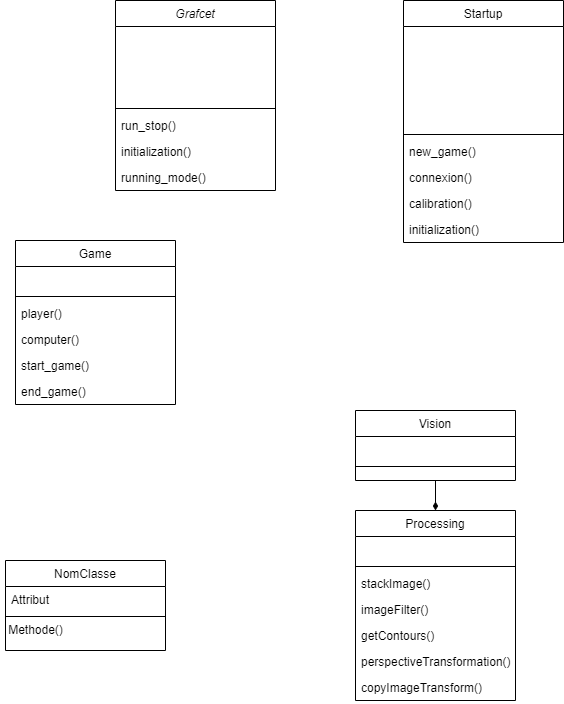
Earlier version of the draw.io export class_diag_dobot.drawio.png (joriszuretti/python). Source tidied: cells renumbered, new cells last; positions are measured from the earlier drawing's top-left corner, leaving out a move shared by most shapes.
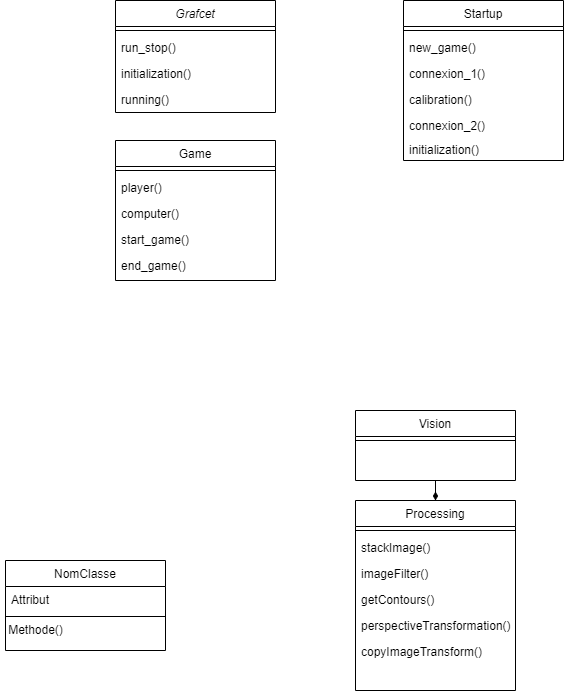
Later version of the same file.

The edit, as a diff of the source:
```diff
@@ -3,49 +3,37 @@
     <mxCell id="0" />
     <mxCell id="1" parent="0" />
     <mxCell id="2" value="Grafcet" style="swimlane;fontStyle=2;align=center;verticalAlign=top;horizontal=1;startSize=26;rounded=0;shadow=0;strokeWidth=1;" parent="1" vertex="1">
-      <mxGeometry x="115" width="160" height="190" as="geometry" />
+      <mxGeometry x="115" width="160" height="112" as="geometry" />
     </mxCell>
-    <mxCell id="3" value=" " style="text;align=left;verticalAlign=top;spacingLeft=4;spacingRight=4;overflow=hidden;" parent="2" vertex="1">
-      <mxGeometry y="26" width="160" height="26" as="geometry" />
-    </mxCell>
-    <mxCell id="4" value=" " style="text;align=left;verticalAlign=top;spacingLeft=4;spacingRight=4;overflow=hidden;rounded=0;shadow=0;html=0;" parent="2" vertex="1">
-      <mxGeometry y="52" width="160" height="26" as="geometry" />
-    </mxCell>
-    <mxCell id="5" value=" " style="text;align=left;verticalAlign=top;spacingLeft=4;spacingRight=4;overflow=hidden;rounded=0;shadow=0;html=0;" parent="2" vertex="1">
-      <mxGeometry y="78" width="160" height="26" as="geometry" />
-    </mxCell>
     <mxCell id="6" style="line;html=1;strokeWidth=1;align=left;verticalAlign=middle;spacingTop=-1;spacingLeft=3;spacingRight=3;labelPosition=right;" parent="2" vertex="1">
-      <mxGeometry y="104" width="160" height="8" as="geometry" />
+      <mxGeometry y="26" width="160" height="8" as="geometry" />
     </mxCell>
     <mxCell id="7" value="run_stop()" style="text;align=left;verticalAlign=top;spacingLeft=4;spacingRight=4;overflow=hidden;" parent="2" vertex="1">
-      <mxGeometry y="112" width="160" height="26" as="geometry" />
+      <mxGeometry y="34" width="160" height="26" as="geometry" />
     </mxCell>
     <mxCell id="8" value="initialization()" style="text;align=left;verticalAlign=top;spacingLeft=4;spacingRight=4;overflow=hidden;" parent="2" vertex="1">
-      <mxGeometry y="138" width="160" height="26" as="geometry" />
+      <mxGeometry y="60" width="160" height="26" as="geometry" />
     </mxCell>
-    <mxCell id="9" value="running_mode()" style="text;align=left;verticalAlign=top;spacingLeft=4;spacingRight=4;overflow=hidden;" parent="2" vertex="1">
-      <mxGeometry y="164" width="160" height="26" as="geometry" />
+    <mxCell id="9" value="running()" style="text;align=left;verticalAlign=top;spacingLeft=4;spacingRight=4;overflow=hidden;" parent="2" vertex="1">
+      <mxGeometry y="86" width="160" height="26" as="geometry" />
     </mxCell>
     <mxCell id="10" value="Game" style="swimlane;fontStyle=0;align=center;verticalAlign=top;horizontal=1;startSize=26;rounded=0;shadow=0;strokeWidth=1;" parent="1" vertex="1">
-      <mxGeometry x="15" y="240" width="160" height="164" as="geometry" />
+      <mxGeometry x="115" y="140" width="160" height="140" as="geometry" />
     </mxCell>
-    <mxCell id="11" value=" " style="text;align=left;verticalAlign=top;spacingLeft=4;spacingRight=4;overflow=hidden;rounded=0;shadow=0;html=0;" parent="10" vertex="1">
-      <mxGeometry y="26" width="160" height="26" as="geometry" />
-    </mxCell>
     <mxCell id="12" style="line;html=1;strokeWidth=1;align=left;verticalAlign=middle;spacingTop=-1;spacingLeft=3;spacingRight=3;labelPosition=right;" parent="10" vertex="1">
-      <mxGeometry y="52" width="160" height="8" as="geometry" />
+      <mxGeometry y="26" width="160" height="8" as="geometry" />
     </mxCell>
     <mxCell id="13" value="player()" style="text;align=left;verticalAlign=top;spacingLeft=4;spacingRight=4;overflow=hidden;fontStyle=0;" parent="10" vertex="1">
-      <mxGeometry y="60" width="160" height="26" as="geometry" />
+      <mxGeometry y="34" width="160" height="26" as="geometry" />
     </mxCell>
     <mxCell id="14" value="computer()" style="text;align=left;verticalAlign=top;spacingLeft=4;spacingRight=4;overflow=hidden;" parent="10" vertex="1">
-      <mxGeometry y="86" width="160" height="26" as="geometry" />
+      <mxGeometry y="60" width="160" height="26" as="geometry" />
     </mxCell>
     <mxCell id="15" value="start_game()" style="text;align=left;verticalAlign=top;spacingLeft=4;spacingRight=4;overflow=hidden;" parent="10" vertex="1">
-      <mxGeometry y="112" width="160" height="26" as="geometry" />
+      <mxGeometry y="86" width="160" height="26" as="geometry" />
     </mxCell>
     <mxCell id="16" value="end_game()" style="text;align=left;verticalAlign=top;spacingLeft=4;spacingRight=4;overflow=hidden;" parent="10" vertex="1">
-      <mxGeometry y="138" width="160" height="26" as="geometry" />
+      <mxGeometry y="112" width="160" height="26" as="geometry" />
     </mxCell>
     <mxCell id="17" style="edgeStyle=orthogonalEdgeStyle;rounded=0;jettySize=auto;html=1;exitX=0.5;exitY=1;exitDx=0;exitDy=0;endArrow=diamondThin;endFill=1;strokeWidth=1;startArrow=none;startFill=0;targetPerimeterSpacing=0;" parent="1" edge="1" source="18" target="31">
       <mxGeometry relative="1" as="geometry" />
@@ -53,65 +41,50 @@
     <mxCell id="18" value="Vision" style="swimlane;fontStyle=0;align=center;verticalAlign=top;horizontal=1;startSize=26;rounded=0;shadow=0;strokeWidth=1;" parent="1" vertex="1">
       <mxGeometry x="355" y="410" width="160" height="70" as="geometry" />
     </mxCell>
-    <mxCell id="19" value=" " style="text;align=left;verticalAlign=top;spacingLeft=4;spacingRight=4;overflow=hidden;" parent="18" vertex="1">
-      <mxGeometry y="26" width="160" height="26" as="geometry" />
-    </mxCell>
     <mxCell id="20" style="line;html=1;strokeWidth=1;align=left;verticalAlign=middle;spacingTop=-1;spacingLeft=3;spacingRight=3;labelPosition=right;" parent="18" vertex="1">
-      <mxGeometry y="52" width="160" height="8" as="geometry" />
+      <mxGeometry y="26" width="160" height="8" as="geometry" />
     </mxCell>
     <mxCell id="21" value="Startup" style="swimlane;fontStyle=0;align=center;verticalAlign=top;horizontal=1;startSize=26;rounded=0;shadow=0;strokeWidth=1;" parent="1" vertex="1">
-      <mxGeometry x="403" width="160" height="242" as="geometry" />
+      <mxGeometry x="403" width="160" height="160" as="geometry" />
     </mxCell>
-    <mxCell id="22" value=" " style="text;align=left;verticalAlign=top;spacingLeft=4;spacingRight=4;overflow=hidden;" parent="21" vertex="1">
-      <mxGeometry y="26" width="160" height="26" as="geometry" />
-    </mxCell>
-    <mxCell id="23" value=" " style="text;align=left;verticalAlign=top;spacingLeft=4;spacingRight=4;overflow=hidden;rounded=0;shadow=0;html=0;" parent="21" vertex="1">
-      <mxGeometry y="52" width="160" height="26" as="geometry" />
-    </mxCell>
-    <mxCell id="24" value=" " style="text;align=left;verticalAlign=top;spacingLeft=4;spacingRight=4;overflow=hidden;rounded=0;shadow=0;html=0;" parent="21" vertex="1">
-      <mxGeometry y="78" width="160" height="26" as="geometry" />
-    </mxCell>
-    <mxCell id="25" value=" " style="text;align=left;verticalAlign=top;spacingLeft=4;spacingRight=4;overflow=hidden;rounded=0;shadow=0;html=0;" parent="21" vertex="1">
-      <mxGeometry y="104" width="160" height="26" as="geometry" />
-    </mxCell>
     <mxCell id="26" style="line;html=1;strokeWidth=1;align=left;verticalAlign=middle;spacingTop=-1;spacingLeft=3;spacingRight=3;labelPosition=right;" parent="21" vertex="1">
-      <mxGeometry y="130" width="160" height="8" as="geometry" />
+      <mxGeometry y="26" width="160" height="8" as="geometry" />
     </mxCell>
     <mxCell id="27" value="new_game()" style="text;align=left;verticalAlign=top;spacingLeft=4;spacingRight=4;overflow=hidden;" parent="21" vertex="1">
-      <mxGeometry y="138" width="160" height="26" as="geometry" />
+      <mxGeometry y="34" width="160" height="26" as="geometry" />
     </mxCell>
-    <mxCell id="28" value="connexion()" style="text;align=left;verticalAlign=top;spacingLeft=4;spacingRight=4;overflow=hidden;" parent="21" vertex="1">
-      <mxGeometry y="164" width="160" height="26" as="geometry" />
+    <mxCell id="28" value="connexion_1()" style="text;align=left;verticalAlign=top;spacingLeft=4;spacingRight=4;overflow=hidden;" parent="21" vertex="1">
+      <mxGeometry y="60" width="160" height="26" as="geometry" />
     </mxCell>
     <mxCell id="29" value="calibration()" style="text;align=left;verticalAlign=top;spacingLeft=4;spacingRight=4;overflow=hidden;rounded=0;shadow=0;html=0;" parent="21" vertex="1">
-      <mxGeometry y="190" width="160" height="26" as="geometry" />
+      <mxGeometry y="86" width="160" height="26" as="geometry" />
     </mxCell>
-    <mxCell id="30" value="initialization()" style="text;align=left;verticalAlign=top;spacingLeft=4;spacingRight=4;overflow=hidden;rounded=0;shadow=0;html=0;" parent="21" vertex="1">
-      <mxGeometry y="216" width="160" height="26" as="geometry" />
+    <mxCell id="30" value="connexion_2()" style="text;align=left;verticalAlign=top;spacingLeft=4;spacingRight=4;overflow=hidden;rounded=0;shadow=0;html=0;" parent="21" vertex="1">
+      <mxGeometry y="112" width="160" height="24" as="geometry" />
     </mxCell>
+    <mxCell id="43" value="initialization()" style="text;align=left;verticalAlign=top;spacingLeft=4;spacingRight=4;overflow=hidden;rounded=0;shadow=0;html=0;" parent="21" vertex="1">
+      <mxGeometry y="136" width="160" height="24" as="geometry" />
+    </mxCell>
     <mxCell id="31" value="Processing" style="swimlane;fontStyle=0;align=center;verticalAlign=top;horizontal=1;startSize=26;rounded=0;shadow=0;strokeWidth=1;" parent="1" vertex="1">
-      <mxGeometry x="355" y="510" width="160" height="190" as="geometry" />
+      <mxGeometry x="355" y="500" width="160" height="190" as="geometry" />
     </mxCell>
-    <mxCell id="32" value=" " style="text;align=left;verticalAlign=top;spacingLeft=4;spacingRight=4;overflow=hidden;" parent="31" vertex="1">
-      <mxGeometry y="26" width="160" height="26" as="geometry" />
-    </mxCell>
     <mxCell id="33" style="line;html=1;strokeWidth=1;align=left;verticalAlign=middle;spacingTop=-1;spacingLeft=3;spacingRight=3;labelPosition=right;" parent="31" vertex="1">
-      <mxGeometry y="52" width="160" height="8" as="geometry" />
+      <mxGeometry y="26" width="160" height="8" as="geometry" />
     </mxCell>
     <mxCell id="34" value="stackImage()" style="text;align=left;verticalAlign=top;spacingLeft=4;spacingRight=4;overflow=hidden;" parent="31" vertex="1">
-      <mxGeometry y="60" width="160" height="26" as="geometry" />
+      <mxGeometry y="34" width="160" height="26" as="geometry" />
     </mxCell>
     <mxCell id="35" value="imageFilter()" style="text;align=left;verticalAlign=top;spacingLeft=4;spacingRight=4;overflow=hidden;" parent="31" vertex="1">
-      <mxGeometry y="86" width="160" height="26" as="geometry" />
+      <mxGeometry y="60" width="160" height="26" as="geometry" />
     </mxCell>
     <mxCell id="36" value="getContours()" style="text;align=left;verticalAlign=top;spacingLeft=4;spacingRight=4;overflow=hidden;" parent="31" vertex="1">
-      <mxGeometry y="112" width="160" height="26" as="geometry" />
+      <mxGeometry y="86" width="160" height="26" as="geometry" />
     </mxCell>
     <mxCell id="37" value="perspectiveTransformation()" style="text;align=left;verticalAlign=top;spacingLeft=4;spacingRight=4;overflow=hidden;" parent="31" vertex="1">
-      <mxGeometry y="138" width="160" height="26" as="geometry" />
+      <mxGeometry y="112" width="160" height="26" as="geometry" />
     </mxCell>
     <mxCell id="38" value="copyImageTransform()" style="text;align=left;verticalAlign=top;spacingLeft=4;spacingRight=4;overflow=hidden;" parent="31" vertex="1">
-      <mxGeometry y="164" width="160" height="26" as="geometry" />
+      <mxGeometry y="138" width="160" height="26" as="geometry" />
     </mxCell>
     <mxCell id="39" value="NomClasse" style="swimlane;fontStyle=0;align=center;verticalAlign=top;horizontal=1;startSize=26;rounded=0;shadow=0;strokeWidth=1;" parent="1" vertex="1">
       <mxGeometry x="5" y="560" width="160" height="90" as="geometry" />
```
